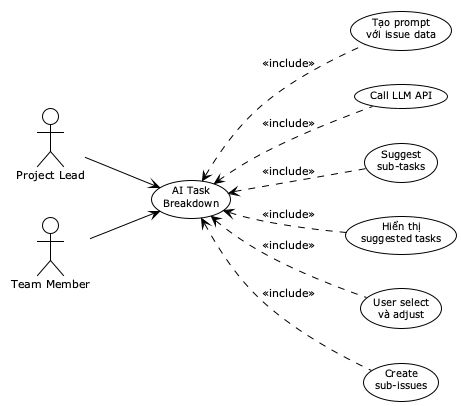
This is reports/dat-examples/report/images/uc06_3_ai_task_breakdown.png from toantran292/datn, a PlantUML export, as it was before one commit. The source it was exported from:
```plantuml
@startuml
!theme plain
skinparam defaultFontSize 11
skinparam usecaseFontSize 10

left to right direction

actor "Project Lead" as PL
actor "Team Member" as TM

usecase "AI Task\nBreakdown" as UC_Breakdown
usecase "Tạo prompt\nvới issue data" as UC_CreatePrompt
usecase "Call LLM API" as UC_CallAPI
usecase "Suggest\nsub-tasks" as UC_SuggestTasks
usecase "Hiển thị\nsuggested tasks" as UC_ShowSuggestions
usecase "User select\nvà adjust" as UC_Adjust
usecase "Create\nsub-issues" as UC_CreateSub

PL --> UC_Breakdown
TM --> UC_Breakdown

UC_CreatePrompt .up.> UC_Breakdown : <<include>>
UC_CallAPI .up.> UC_Breakdown : <<include>>
UC_SuggestTasks .up.> UC_Breakdown : <<include>>
UC_ShowSuggestions .up.> UC_Breakdown : <<include>>
UC_Adjust .up.> UC_Breakdown : <<include>>
UC_CreateSub .up.> UC_Breakdown : <<include>>

@enduml
```
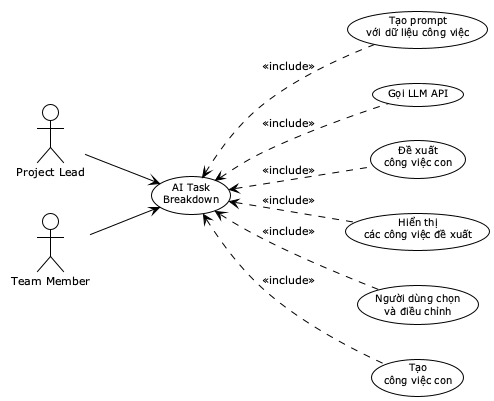
After the change.

What changed in the source:
```diff
@@ -9,12 +9,12 @@
 actor "Team Member" as TM
 
 usecase "AI Task\nBreakdown" as UC_Breakdown
-usecase "Tạo prompt\nvới issue data" as UC_CreatePrompt
-usecase "Call LLM API" as UC_CallAPI
-usecase "Suggest\nsub-tasks" as UC_SuggestTasks
-usecase "Hiển thị\nsuggested tasks" as UC_ShowSuggestions
-usecase "User select\nvà adjust" as UC_Adjust
-usecase "Create\nsub-issues" as UC_CreateSub
+usecase "Tạo prompt\nvới dữ liệu công việc" as UC_CreatePrompt
+usecase "Gọi LLM API" as UC_CallAPI
+usecase "Đề xuất\ncông việc con" as UC_SuggestTasks
+usecase "Hiển thị\ncác công việc đề xuất" as UC_ShowSuggestions
+usecase "Người dùng chọn\nvà điều chỉnh" as UC_Adjust
+usecase "Tạo\ncông việc con" as UC_CreateSub
 
 PL --> UC_Breakdown
 TM --> UC_Breakdown
```
